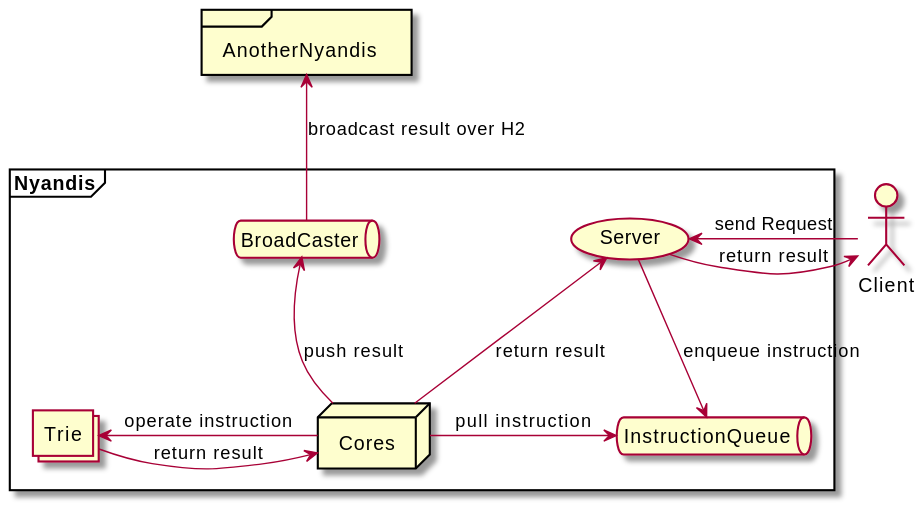
unsafe-risk/nyandis keeps this PlantUML diagram as out/uml/outline/Outline.svg. Above is the earlier version. Source of this version:
```plantuml
@startuml Outline

actor Client

frame Nyandis {
    usecase Server
    queue InstructionQueue
    node Cores
    collections Trie

    queue BroadCaster
}

frame AnotherNyandis

Client -left-> Server: send Request
Server -down-> InstructionQueue: enqueue instruction
Cores -right-> InstructionQueue: pull instruction
Cores -left-> Trie: operate instruction
Trie -right-> Cores: return result
Cores -up-> Server: return result
Cores -up-> BroadCaster: push result
Server -right-> Client: return result
BroadCaster -up-> AnotherNyandis: broadcast result over H2

@enduml
```
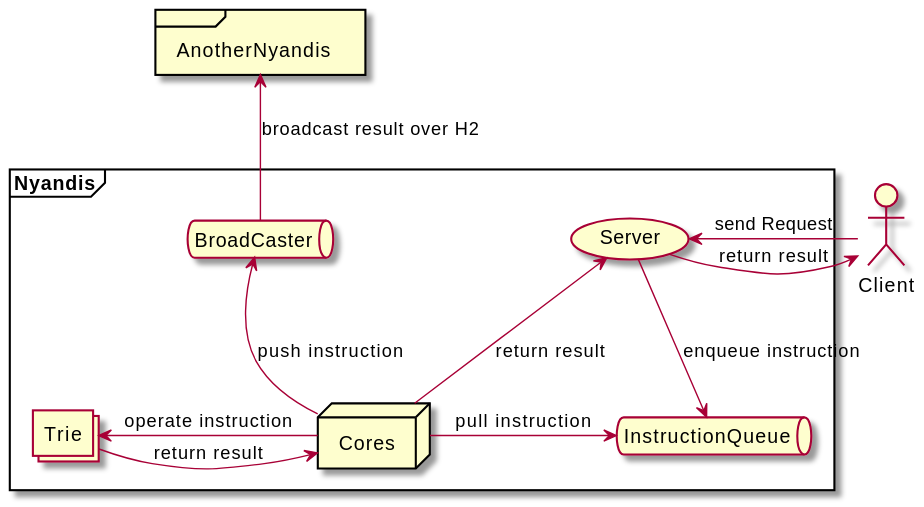
Above is the later version.

The edit, as a diff of the source:
```diff
@@ -19,7 +19,7 @@
 Cores -left-> Trie: operate instruction
 Trie -right-> Cores: return result
 Cores -up-> Server: return result
-Cores -up-> BroadCaster: push result
+Cores -up-> BroadCaster: push instruction
 Server -right-> Client: return result
 BroadCaster -up-> AnotherNyandis: broadcast result over H2
 
```
